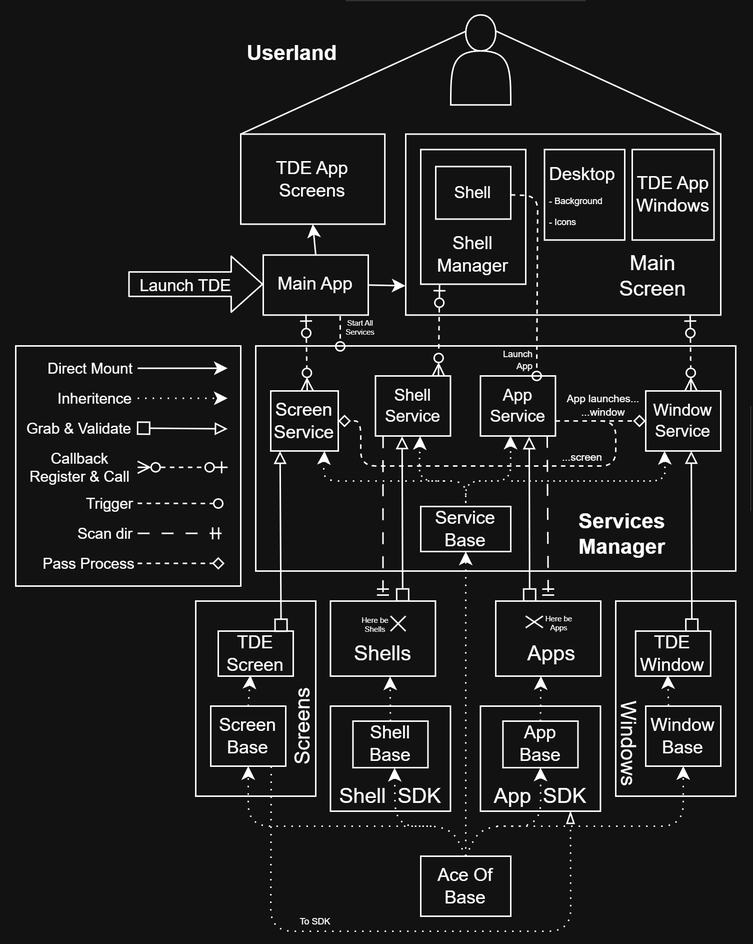
Earlier version of the draw.io export docs/architecture.png (ttygroup/term-desktop). Source tidied: cells renumbered, new cells last; positions are measured from the earlier drawing's top-left corner, leaving out a move shared by most shapes.
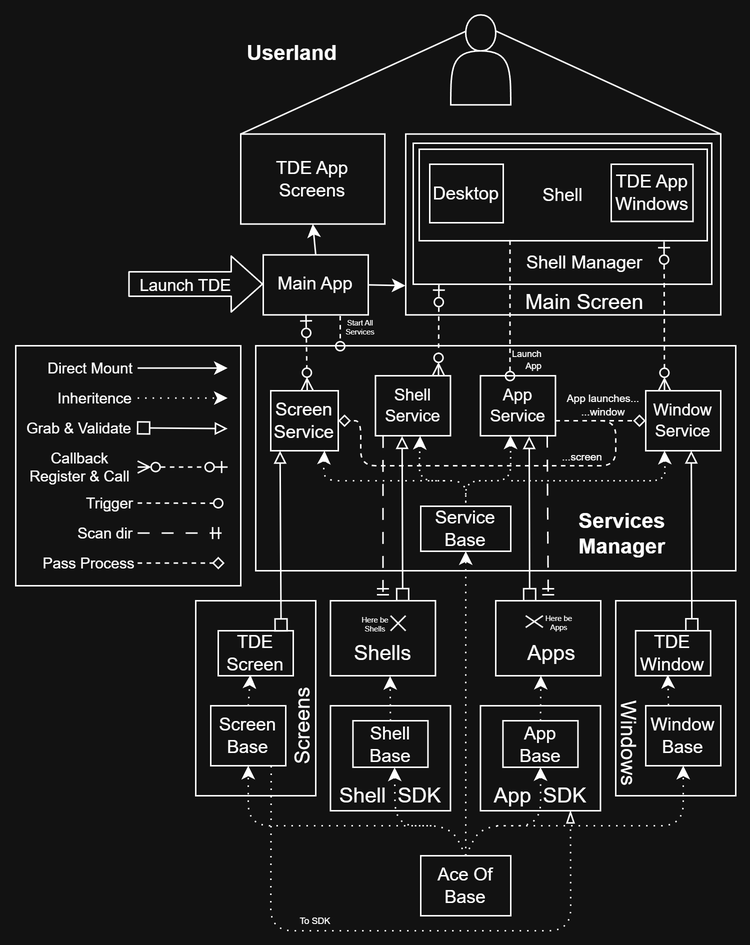
The same diagram one commit later.

Commit message:
fixed updated architecture chart (#5)

Diff of the diagram source:
```diff
@@ -2,6 +2,9 @@
   <root>
     <mxCell id="0" />
     <mxCell id="1" parent="0" />
+    <mxCell id="114" style="rounded=0;whiteSpace=wrap;html=1;fillColor=none;strokeColor=none;" parent="1" vertex="1">
+      <mxGeometry width="500" height="630" as="geometry" />
+    </mxCell>
     <mxCell id="2" style="rounded=0;whiteSpace=wrap;html=1;fillColor=none;" parent="1" vertex="1">
       <mxGeometry x="130" y="400" width="80" height="130" as="geometry" />
     </mxCell>
@@ -111,10 +114,7 @@
     <mxCell id="32" value="Shell Service" style="rounded=0;whiteSpace=wrap;html=1;fontFamily=Helvetica;fontSize=11;labelBackgroundColor=default;fillColor=none;" parent="1" vertex="1">
       <mxGeometry x="249.8" y="250" width="50" height="40" as="geometry" />
     </mxCell>
-    <mxCell id="33" style="rounded=0;whiteSpace=wrap;html=1;fontFamily=Helvetica;fontSize=11;labelBackgroundColor=default;fillColor=none;" parent="1" vertex="1">
-      <mxGeometry x="362.5" y="99.2" width="53.5" height="60.3" as="geometry" />
-    </mxCell>
-    <mxCell id="34" style="endArrow=ERzeroToMany;dashed=1;html=1;endFill=0;entryX=0.84;entryY=0.001;entryDx=0;entryDy=0;strokeWidth=1;startArrow=ERzeroToOne;startFill=0;entryPerimeter=0;exitX=0.179;exitY=1.004;exitDx=0;exitDy=0;exitPerimeter=0;fillColor=none;" parent="1" edge="1" source="65" target="32">
+    <mxCell id="34" style="endArrow=ERzeroToMany;dashed=1;html=1;endFill=0;entryX=0.84;entryY=0.001;entryDx=0;entryDy=0;strokeWidth=1;startArrow=ERzeroToOne;startFill=0;entryPerimeter=0;exitX=0.086;exitY=0.999;exitDx=0;exitDy=0;fillColor=none;exitPerimeter=0;" parent="1" edge="1" source="65" target="32">
       <mxGeometry relative="1" as="geometry" />
     </mxCell>
     <mxCell id="35" style="endArrow=none;html=1;strokeWidth=1;rounded=1;align=center;verticalAlign=middle;fontFamily=Helvetica;fontSize=11;fontColor=default;labelBackgroundColor=default;entryX=0.5;entryY=0;entryDx=0;entryDy=0;dashed=1;dashPattern=1 4;endFill=0;startArrow=classic;startFill=1;exitX=0.796;exitY=1.001;exitDx=0;exitDy=0;exitPerimeter=0;fillColor=none;" parent="1" edge="1" source="10" target="18">
@@ -189,7 +189,7 @@
         <mxPoint x="29.8" as="targetPoint" />
       </mxGeometry>
     </mxCell>
-    <mxCell id="50" style="endArrow=ERzeroToMany;dashed=1;html=1;endFill=0;exitX=0.903;exitY=1;exitDx=0;exitDy=0;entryX=0.603;entryY=-0.002;entryDx=0;entryDy=0;strokeWidth=1;entryPerimeter=0;exitPerimeter=0;startArrow=ERzeroToOne;startFill=0;fillColor=none;" parent="1" edge="1" source="5" target="41">
+    <mxCell id="50" style="endArrow=ERzeroToMany;dashed=1;html=1;endFill=0;exitX=0.85;exitY=1.01;exitDx=0;exitDy=0;entryX=0.25;entryY=0;entryDx=0;entryDy=0;strokeWidth=1;startArrow=ERzeroToOne;startFill=0;fillColor=none;exitPerimeter=0;" parent="1" edge="1" source="66" target="41">
       <mxGeometry relative="1" as="geometry" />
     </mxCell>
     <mxCell id="51" value="&lt;h3&gt;Userland&lt;/h3&gt;" style="text;html=1;align=center;verticalAlign=middle;whiteSpace=wrap;rounded=0;fillColor=none;" parent="1" vertex="1">
@@ -250,17 +250,29 @@
       </mxGeometry>
     </mxCell>
     <mxCell id="64" style="group;fillColor=none;" parent="1" vertex="1">
-      <mxGeometry x="280" y="99.2" width="70" height="89.7" as="geometry" />
+      <mxGeometry x="275" y="95" width="199" height="114.6" as="geometry" />
     </mxCell>
     <mxCell id="65" style="rounded=0;whiteSpace=wrap;html=1;fontFamily=Helvetica;fontSize=11;labelBackgroundColor=default;fillColor=none;" parent="64" vertex="1">
-      <mxGeometry width="70" height="89.7" as="geometry" />
+      <mxGeometry width="199" height="94" as="geometry" />
     </mxCell>
-    <mxCell id="66" value="Shell" style="rounded=0;whiteSpace=wrap;html=1;fontFamily=Helvetica;fontSize=11;labelBackgroundColor=default;fillColor=none;" parent="64" vertex="1">
-      <mxGeometry x="10" y="11.3" width="50" height="35" as="geometry" />
+    <mxCell id="66" style="rounded=0;whiteSpace=wrap;html=1;fontFamily=Helvetica;fontSize=11;labelBackgroundColor=default;fillColor=none;" parent="64" vertex="1">
+      <mxGeometry x="4" y="4" width="192" height="61" as="geometry" />
     </mxCell>
     <mxCell id="67" value="Shell Manager" style="text;html=1;align=center;verticalAlign=middle;whiteSpace=wrap;rounded=0;fontStyle=0;fillColor=none;" parent="64" vertex="1">
-      <mxGeometry x="6.8" y="53.8" width="56.4" height="32.5" as="geometry" />
+      <mxGeometry x="69" y="66.1" width="91" height="27.9" as="geometry" />
     </mxCell>
+    <mxCell id="115" value="Desktop" style="rounded=0;whiteSpace=wrap;html=1;fillColor=none;" parent="64" vertex="1">
+      <mxGeometry x="11" y="14" width="49" height="39" as="geometry" />
+    </mxCell>
+    <mxCell id="116" value="Shell" style="text;html=1;align=center;verticalAlign=middle;whiteSpace=wrap;rounded=0;fontStyle=0;fillColor=none;" parent="64" vertex="1">
+      <mxGeometry x="81.5" y="25.5" width="36" height="18" as="geometry" />
+    </mxCell>
+    <mxCell id="98" value="&lt;h3&gt;&lt;span style=&quot;font-weight: normal;&quot;&gt;Main Screen&lt;/span&gt;&lt;/h3&gt;" style="text;html=1;align=center;verticalAlign=middle;whiteSpace=wrap;rounded=0;fillColor=none;" parent="64" vertex="1">
+      <mxGeometry x="69" y="98" width="91" height="16.6" as="geometry" />
+    </mxCell>
+    <mxCell id="105" value="TDE App Windows" style="rounded=0;whiteSpace=wrap;html=1;fillColor=none;" parent="64" vertex="1">
+      <mxGeometry x="132" y="14" width="54.5" height="38.1" as="geometry" />
+    </mxCell>
     <mxCell id="68" style="shape=actor;whiteSpace=wrap;html=1;fillColor=none;" parent="1" vertex="1">
       <mxGeometry x="300" y="9.4" width="40" height="60" as="geometry" />
     </mxCell>
@@ -369,16 +381,9 @@
     <mxCell id="96" value="Start All Services" style="text;html=1;align=center;verticalAlign=middle;whiteSpace=wrap;rounded=0;fontSize=5;fillColor=none;" parent="1" vertex="1">
       <mxGeometry x="225" y="212.4" width="30.2" height="10" as="geometry" />
     </mxCell>
-    <mxCell id="97" style="edgeStyle=none;html=1;dashed=1;endArrow=oval;endFill=0;exitX=1.001;exitY=0.539;exitDx=0;exitDy=0;entryX=0.75;entryY=0;entryDx=0;entryDy=0;exitPerimeter=0;fillColor=none;" parent="1" edge="1" source="66" target="39">
-      <mxGeometry relative="1" as="geometry">
-        <Array as="points">
-          <mxPoint x="358" y="130" />
-        </Array>
-      </mxGeometry>
+    <mxCell id="97" style="edgeStyle=none;html=1;dashed=1;endArrow=oval;endFill=0;exitX=0.315;exitY=0.997;exitDx=0;exitDy=0;entryX=0.394;entryY=0.005;entryDx=0;entryDy=0;fillColor=none;entryPerimeter=0;exitPerimeter=0;" parent="1" edge="1" source="66" target="39">
+      <mxGeometry relative="1" as="geometry" />
     </mxCell>
-    <mxCell id="98" value="&lt;h3&gt;&lt;span style=&quot;font-weight: normal;&quot;&gt;Main Screen&lt;/span&gt;&lt;/h3&gt;" style="text;html=1;align=center;verticalAlign=middle;whiteSpace=wrap;rounded=0;fillColor=none;" parent="1" vertex="1">
-      <mxGeometry x="410" y="169.4" width="50" height="27.6" as="geometry" />
-    </mxCell>
     <mxCell id="99" style="edgeStyle=none;html=1;exitX=1;exitY=0.75;exitDx=0;exitDy=0;dashed=1;endArrow=diamond;endFill=0;entryX=0;entryY=0.5;entryDx=0;entryDy=0;fillColor=none;" parent="1" edge="1" source="39" target="41">
       <mxGeometry relative="1" as="geometry" />
     </mxCell>
@@ -392,14 +397,8 @@
       <mxGeometry relative="1" as="geometry" />
     </mxCell>
     <mxCell id="103" value="Launch App" style="text;html=1;align=right;verticalAlign=middle;whiteSpace=wrap;rounded=0;rotation=0;fontSize=6;fillColor=none;" parent="1" vertex="1">
-      <mxGeometry x="332.3" y="232" width="25" height="15" as="geometry" />
+      <mxGeometry x="338" y="232" width="25" height="15" as="geometry" />
     </mxCell>
-    <mxCell id="104" value="&lt;h1 style=&quot;margin-top: 0px;&quot;&gt;&lt;font style=&quot;color: light-dark(rgb(0, 0, 0), rgb(255, 255, 255)); font-weight: normal;&quot;&gt;Desktop&lt;/font&gt;&lt;/h1&gt;&lt;p&gt;&lt;font style=&quot;color: light-dark(rgb(0, 0, 0), rgb(255, 255, 255));&quot;&gt;- Background&lt;/font&gt;&lt;/p&gt;&lt;p&gt;&lt;font style=&quot;color: light-dark(rgb(0, 0, 0), rgb(255, 255, 255));&quot;&gt;- Icons&lt;/font&gt;&lt;/p&gt;" style="text;html=1;whiteSpace=wrap;overflow=hidden;rounded=0;fontSize=6;fillColor=none;" parent="1" vertex="1">
-      <mxGeometry x="364.1" y="102.3" width="55.9" height="53.7" as="geometry" />
-    </mxCell>
-    <mxCell id="105" value="TDE App Windows" style="rounded=0;whiteSpace=wrap;html=1;fillColor=none;" parent="1" vertex="1">
-      <mxGeometry x="421" y="99.2" width="54.5" height="60.3" as="geometry" />
-    </mxCell>
     <mxCell id="106" value="TDE App&lt;br&gt;Screens" style="rounded=0;whiteSpace=wrap;html=1;fillColor=none;" parent="1" vertex="1">
       <mxGeometry x="160" y="88.9" width="96.1" height="60" as="geometry" />
     </mxCell>
@@ -422,18 +421,6 @@
     <mxCell id="110" value="...screen" style="text;html=1;align=center;verticalAlign=middle;whiteSpace=wrap;rounded=0;fontSize=7;fillColor=none;" parent="1" vertex="1">
       <mxGeometry x="360.1" y="295" width="55.9" height="20" as="geometry" />
     </mxCell>
-    <mxCell id="111" style="endArrow=none;dashed=1;html=1;rounded=0;fontSize=11;strokeWidth=0;" parent="1" edge="1">
-      <mxGeometry relative="1" as="geometry">
-        <mxPoint x="230" as="sourcePoint" />
-        <mxPoint x="390" as="targetPoint" />
-      </mxGeometry>
-    </mxCell>
-    <mxCell id="112" style="endArrow=none;dashed=1;html=1;rounded=0;strokeWidth=0;" parent="1" edge="1">
-      <mxGeometry relative="1" as="geometry">
-        <mxPoint x="500" y="340" as="sourcePoint" />
-        <mxPoint x="500" y="270" as="targetPoint" />
-      </mxGeometry>
-    </mxCell>
     <mxCell id="113" value="&lt;span style=&quot;font-size: 6px;&quot;&gt;To SDK&lt;/span&gt;" style="text;html=1;align=center;verticalAlign=middle;whiteSpace=wrap;rounded=0;rotation=0;" parent="1" vertex="1">
       <mxGeometry x="195" y="607" width="30" height="10" as="geometry" />
     </mxCell>
```
